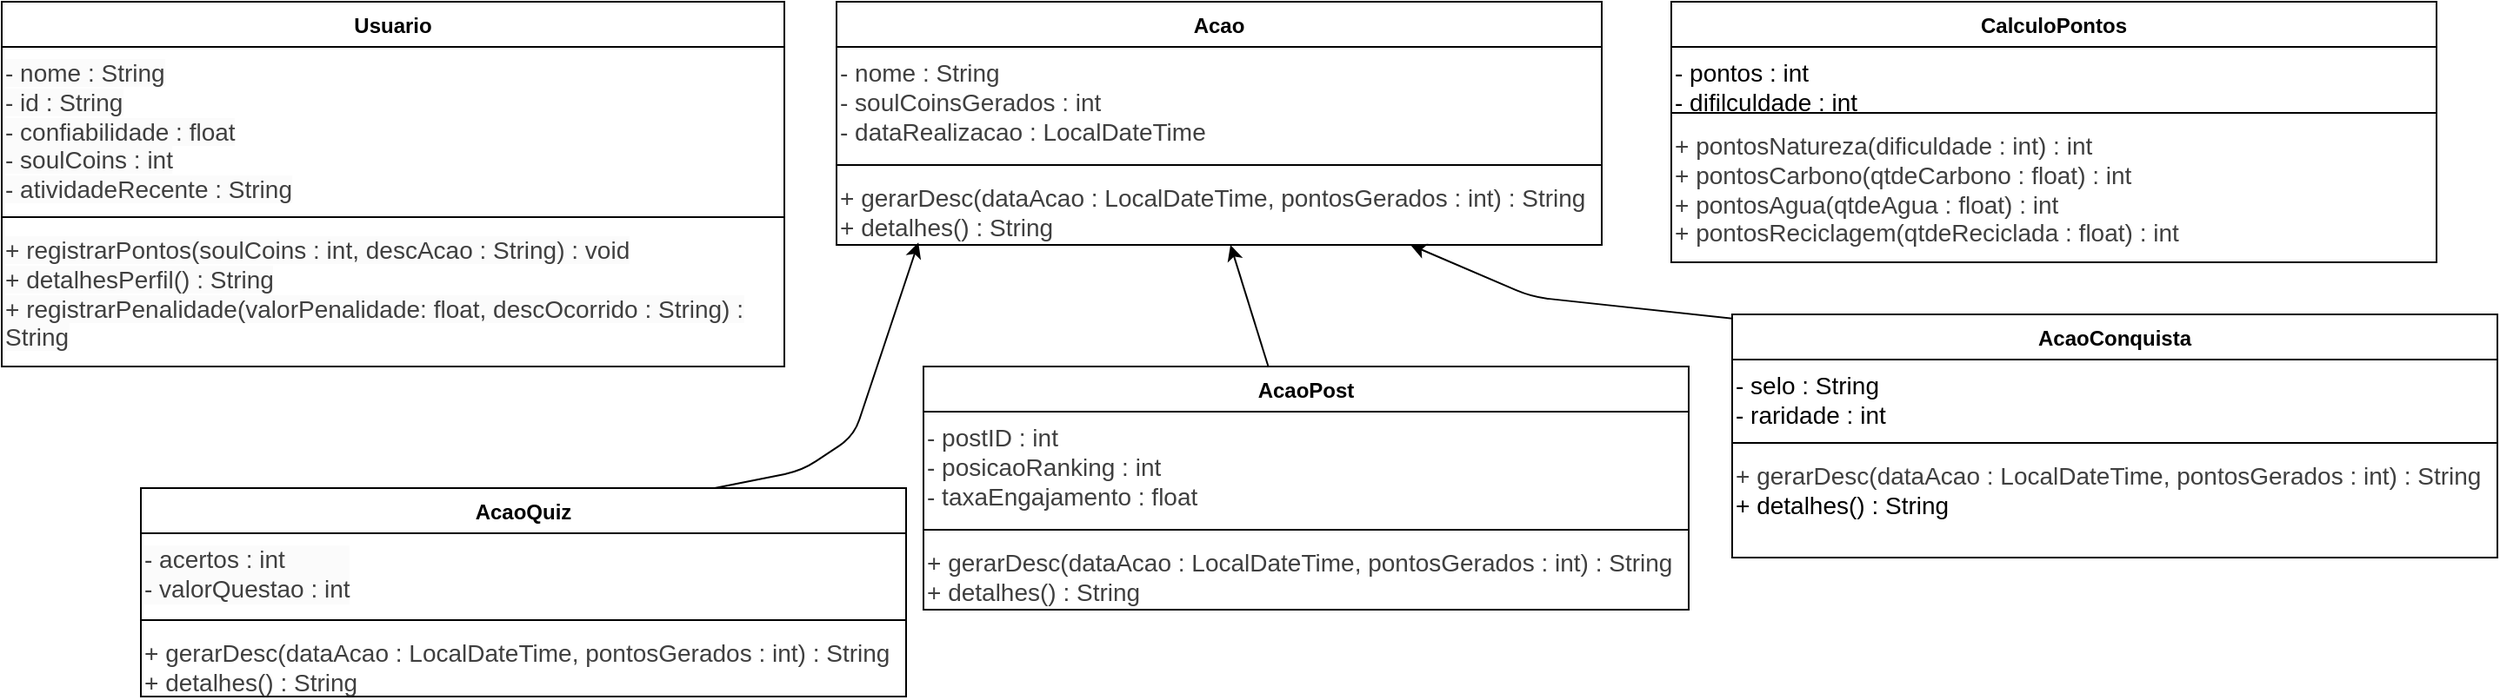
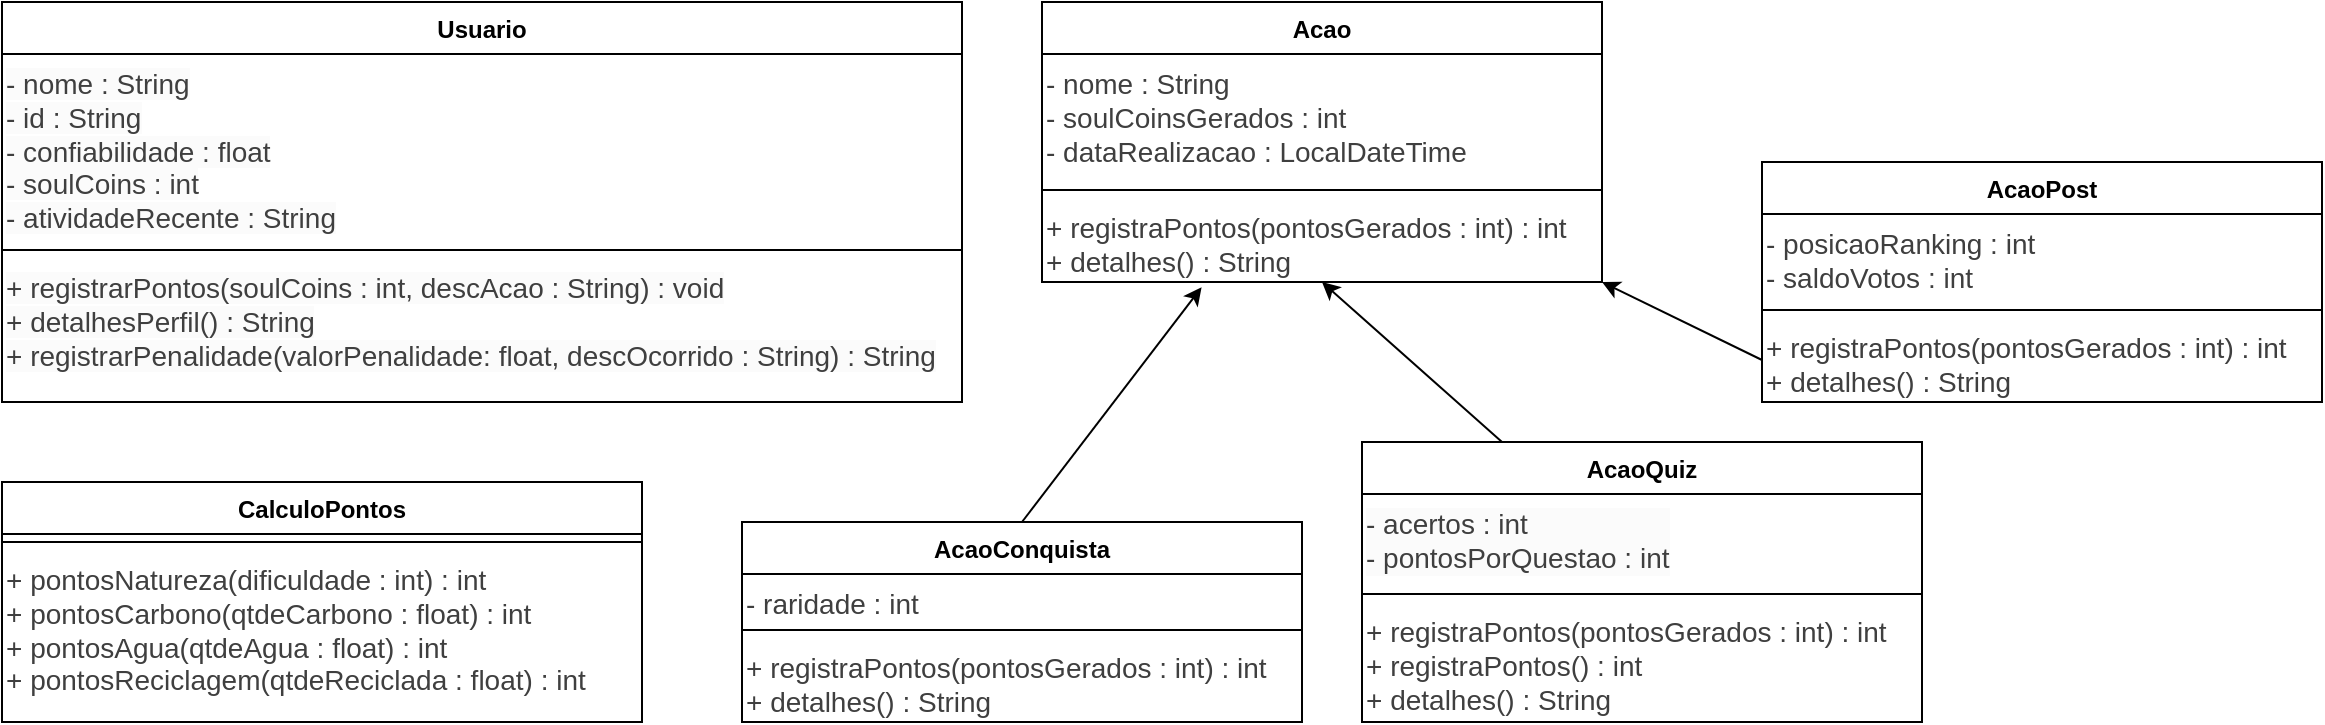
<mxfile host="65bd71144e">
    <diagram name="Diagrama SoulUp" id="soulup-uml">
-         <mxGraphModel dx="318" dy="741" grid="1" gridSize="10" guides="1" tooltips="1" connect="1" arrows="1" fold="1" page="1" pageScale="1" pageWidth="1475" pageHeight="827" math="0" shadow="0">
+         <mxGraphModel dx="310" dy="1320" grid="1" gridSize="10" guides="1" tooltips="1" connect="1" arrows="1" fold="1" page="1" pageScale="1" pageWidth="1240" pageHeight="440" math="0" shadow="0">
            <root>
                <mxCell id="0"/>
                <mxCell id="1" parent="0"/>
                <mxCell id="7" value="Usuario" style="swimlane;fontStyle=1;align=center;verticalAlign=top;childLayout=stackLayout;horizontal=1;startSize=26;horizontalStack=0;resizeParent=1;resizeParentMax=0;resizeLast=0;collapsible=1;marginBottom=0;whiteSpace=wrap;html=1;" parent="1" vertex="1">
-                     <mxGeometry x="40" y="40" width="450" height="210" as="geometry">
+                     <mxGeometry x="40" y="40" width="480" height="200" as="geometry">
                        <mxRectangle x="710" y="370" width="80" height="30" as="alternateBounds"/>
                    </mxGeometry>
                </mxCell>
                <mxCell id="12" value="&lt;span style=&quot;color: rgb(63, 63, 63); font-family: Helvetica; font-size: 14px; font-style: normal; font-variant-ligatures: normal; font-variant-caps: normal; font-weight: 400; letter-spacing: normal; orphans: 2; text-align: -webkit-left; text-indent: 0px; text-transform: none; widows: 2; word-spacing: 0px; -webkit-text-stroke-width: 0px; white-space: normal; background-color: rgb(251, 251, 251); text-decoration-thickness: initial; text-decoration-style: initial; text-decoration-color: initial; float: none; display: inline !important;&quot;&gt;- nome : String&lt;/span&gt;&lt;br style=&quot;forced-color-adjust: none; color: rgb(63, 63, 63); scrollbar-color: rgb(226, 226, 226) rgb(251, 251, 251); font-family: Helvetica; font-size: 14px; font-style: normal; font-variant-ligatures: normal; font-variant-caps: normal; font-weight: 400; letter-spacing: normal; orphans: 2; text-align: -webkit-left; text-indent: 0px; text-transform: none; widows: 2; word-spacing: 0px; -webkit-text-stroke-width: 0px; white-space: normal; background-color: rgb(251, 251, 251); text-decoration-thickness: initial; text-decoration-style: initial; text-decoration-color: initial;&quot;&gt;&lt;span style=&quot;color: rgb(63, 63, 63); font-family: Helvetica; font-size: 14px; font-style: normal; font-variant-ligatures: normal; font-variant-caps: normal; font-weight: 400; letter-spacing: normal; orphans: 2; text-align: -webkit-left; text-indent: 0px; text-transform: none; widows: 2; word-spacing: 0px; -webkit-text-stroke-width: 0px; white-space: normal; background-color: rgb(251, 251, 251); text-decoration-thickness: initial; text-decoration-style: initial; text-decoration-color: initial; float: none; display: inline !important;&quot;&gt;- id : String&lt;/span&gt;&lt;br style=&quot;forced-color-adjust: none; color: rgb(63, 63, 63); scrollbar-color: rgb(226, 226, 226) rgb(251, 251, 251); font-family: Helvetica; font-size: 14px; font-style: normal; font-variant-ligatures: normal; font-variant-caps: normal; font-weight: 400; letter-spacing: normal; orphans: 2; text-align: -webkit-left; text-indent: 0px; text-transform: none; widows: 2; word-spacing: 0px; -webkit-text-stroke-width: 0px; white-space: normal; background-color: rgb(251, 251, 251); text-decoration-thickness: initial; text-decoration-style: initial; text-decoration-color: initial;&quot;&gt;&lt;span style=&quot;color: rgb(63, 63, 63); font-family: Helvetica; font-size: 14px; font-style: normal; font-variant-ligatures: normal; font-variant-caps: normal; font-weight: 400; letter-spacing: normal; orphans: 2; text-align: -webkit-left; text-indent: 0px; text-transform: none; widows: 2; word-spacing: 0px; -webkit-text-stroke-width: 0px; white-space: normal; background-color: rgb(251, 251, 251); text-decoration-thickness: initial; text-decoration-style: initial; text-decoration-color: initial; float: none; display: inline !important;&quot;&gt;- confiabilidade : float&lt;/span&gt;&lt;br style=&quot;forced-color-adjust: none; color: rgb(63, 63, 63); scrollbar-color: rgb(226, 226, 226) rgb(251, 251, 251); font-family: Helvetica; font-size: 14px; font-style: normal; font-variant-ligatures: normal; font-variant-caps: normal; font-weight: 400; letter-spacing: normal; orphans: 2; text-align: -webkit-left; text-indent: 0px; text-transform: none; widows: 2; word-spacing: 0px; -webkit-text-stroke-width: 0px; white-space: normal; background-color: rgb(251, 251, 251); text-decoration-thickness: initial; text-decoration-style: initial; text-decoration-color: initial;&quot;&gt;&lt;span style=&quot;color: rgb(63, 63, 63); font-family: Helvetica; font-size: 14px; font-style: normal; font-variant-ligatures: normal; font-variant-caps: normal; font-weight: 400; letter-spacing: normal; orphans: 2; text-align: -webkit-left; text-indent: 0px; text-transform: none; widows: 2; word-spacing: 0px; -webkit-text-stroke-width: 0px; white-space: normal; background-color: rgb(251, 251, 251); text-decoration-thickness: initial; text-decoration-style: initial; text-decoration-color: initial; float: none; display: inline !important;&quot;&gt;- soulCoins : int&lt;/span&gt;&lt;div&gt;&lt;div&gt;&lt;span style=&quot;color: rgb(63, 63, 63); font-family: Helvetica; font-size: 14px; font-style: normal; font-variant-ligatures: normal; font-variant-caps: normal; font-weight: 400; letter-spacing: normal; orphans: 2; text-align: -webkit-left; text-indent: 0px; text-transform: none; widows: 2; word-spacing: 0px; -webkit-text-stroke-width: 0px; white-space: normal; background-color: rgb(251, 251, 251); text-decoration-thickness: initial; text-decoration-style: initial; text-decoration-color: initial; float: none; display: inline !important;&quot;&gt;- atividadeRecente : String&lt;/span&gt;&lt;br class=&quot;Apple-interchange-newline&quot;&gt;&lt;/div&gt;&lt;/div&gt;" style="text;whiteSpace=wrap;html=1;" parent="7" vertex="1">
-                     <mxGeometry y="26" width="450" height="94" as="geometry"/>
+                     <mxGeometry y="26" width="480" height="94" as="geometry"/>
                </mxCell>
                <mxCell id="9" value="" style="line;strokeWidth=1;fillColor=none;align=left;verticalAlign=middle;spacingTop=-1;spacingLeft=3;spacingRight=3;rotatable=0;labelPosition=right;points=[];portConstraint=eastwest;strokeColor=inherit;" parent="7" vertex="1">
-                     <mxGeometry y="120" width="450" height="8" as="geometry"/>
+                     <mxGeometry y="120" width="480" height="8" as="geometry"/>
                </mxCell>
                <mxCell id="13" value="&lt;span style=&quot;color: rgb(63, 63, 63); font-family: Helvetica; font-size: 14px; font-style: normal; font-variant-ligatures: normal; font-variant-caps: normal; font-weight: 400; letter-spacing: normal; orphans: 2; text-align: -webkit-left; text-indent: 0px; text-transform: none; widows: 2; word-spacing: 0px; -webkit-text-stroke-width: 0px; white-space: normal; background-color: rgb(251, 251, 251); text-decoration-thickness: initial; text-decoration-style: initial; text-decoration-color: initial; float: none; display: inline !important;&quot;&gt;+ registrarPontos(soulCoins : int, descAcao : String) : void&lt;/span&gt;&lt;div&gt;&lt;div&gt;&lt;span style=&quot;color: rgb(63, 63, 63); font-family: Helvetica; font-size: 14px; font-style: normal; font-variant-ligatures: normal; font-variant-caps: normal; font-weight: 400; letter-spacing: normal; orphans: 2; text-align: -webkit-left; text-indent: 0px; text-transform: none; widows: 2; word-spacing: 0px; -webkit-text-stroke-width: 0px; white-space: normal; background-color: rgb(251, 251, 251); text-decoration-thickness: initial; text-decoration-style: initial; text-decoration-color: initial; float: none; display: inline !important;&quot;&gt;+ detalhesPerfil() : String&lt;/span&gt;&lt;/div&gt;&lt;/div&gt;&lt;div&gt;&lt;span style=&quot;color: rgb(63, 63, 63); font-family: Helvetica; font-size: 14px; font-style: normal; font-variant-ligatures: normal; font-variant-caps: normal; font-weight: 400; letter-spacing: normal; orphans: 2; text-align: -webkit-left; text-indent: 0px; text-transform: none; widows: 2; word-spacing: 0px; -webkit-text-stroke-width: 0px; white-space: normal; background-color: rgb(251, 251, 251); text-decoration-thickness: initial; text-decoration-style: initial; text-decoration-color: initial; float: none; display: inline !important;&quot;&gt;+ registrarPenalidade(valorPenalidade: float, descOcorrido : String) : String&lt;/span&gt;&lt;/div&gt;" style="text;whiteSpace=wrap;html=1;" parent="7" vertex="1">
-                     <mxGeometry y="128" width="450" height="82" as="geometry"/>
+                     <mxGeometry y="128" width="480" height="72" as="geometry"/>
                </mxCell>
                <mxCell id="14" value="Acao" style="swimlane;fontStyle=1;align=center;verticalAlign=top;childLayout=stackLayout;horizontal=1;startSize=26;horizontalStack=0;resizeParent=1;resizeParentMax=0;resizeLast=0;collapsible=1;marginBottom=0;whiteSpace=wrap;html=1;" parent="1" vertex="1">
-                     <mxGeometry x="520" y="40" width="440" height="140" as="geometry">
+                     <mxGeometry x="560" y="40" width="280" height="140" as="geometry">
                        <mxRectangle x="520" y="40" width="80" height="30" as="alternateBounds"/>
                    </mxGeometry>
                </mxCell>
                <mxCell id="15" value="&lt;span style=&quot;color: rgb(63, 63, 63); font-size: 14px;&quot;&gt;- nome : String&lt;/span&gt;&lt;br style=&quot;color: rgb(63, 63, 63); scrollbar-color: rgb(226, 226, 226) rgb(251, 251, 251); font-size: 14px;&quot;&gt;&lt;span style=&quot;color: rgb(63, 63, 63); font-size: 14px;&quot;&gt;- soulCoinsGerados : int&lt;/span&gt;&lt;br style=&quot;color: rgb(63, 63, 63); scrollbar-color: rgb(226, 226, 226) rgb(251, 251, 251); font-size: 14px;&quot;&gt;&lt;span style=&quot;color: rgb(63, 63, 63); font-size: 14px;&quot;&gt;- dataRealizacao : LocalDateTime&lt;/span&gt;" style="text;whiteSpace=wrap;html=1;" parent="14" vertex="1">
-                     <mxGeometry y="26" width="440" height="64" as="geometry"/>
+                     <mxGeometry y="26" width="280" height="64" as="geometry"/>
                </mxCell>
                <mxCell id="16" value="" style="line;strokeWidth=1;fillColor=none;align=left;verticalAlign=middle;spacingTop=-1;spacingLeft=3;spacingRight=3;rotatable=0;labelPosition=right;points=[];portConstraint=eastwest;strokeColor=inherit;" parent="14" vertex="1">
-                     <mxGeometry y="90" width="440" height="8" as="geometry"/>
+                     <mxGeometry y="90" width="280" height="8" as="geometry"/>
                </mxCell>
-                 <mxCell id="17" value="&lt;div style=&quot;color: rgb(63, 63, 63); scrollbar-color: rgb(226, 226, 226) rgb(251, 251, 251);&quot;&gt;&lt;span style=&quot;scrollbar-color: rgb(226, 226, 226) rgb(251, 251, 251); font-size: 14px; color: rgb(63, 63, 63);&quot;&gt;+&amp;nbsp;&lt;span style=&quot;scrollbar-color: rgb(226, 226, 226) rgb(251, 251, 251); color: rgb(63, 63, 63);&quot;&gt;gerarDesc&lt;/span&gt;(&lt;/span&gt;&lt;span style=&quot;scrollbar-color: rgb(226, 226, 226) rgb(251, 251, 251); font-size: 14px; color: rgb(63, 63, 63);&quot;&gt;dataAcao :&amp;nbsp;&lt;/span&gt;&lt;span style=&quot;scrollbar-color: rgb(226, 226, 226) rgb(251, 251, 251); font-size: 14px; background-color: transparent; color: rgb(63, 63, 63);&quot;&gt;LocalDateTime&lt;/span&gt;&lt;span style=&quot;scrollbar-color: rgb(226, 226, 226) rgb(251, 251, 251); background-color: transparent; font-size: 14px; color: rgb(63, 63, 63);&quot;&gt;, pontosGerados : int&lt;/span&gt;&lt;span style=&quot;scrollbar-color: rgb(226, 226, 226) rgb(251, 251, 251); background-color: transparent; font-size: 14px; color: rgb(63, 63, 63);&quot;&gt;) : String&lt;/span&gt;&lt;/div&gt;&lt;span style=&quot;color: rgb(63, 63, 63); scrollbar-color: rgb(226, 226, 226) rgb(251, 251, 251); font-size: 14px;&quot;&gt;+ detalhes() : String&lt;/span&gt;" style="text;whiteSpace=wrap;html=1;" parent="14" vertex="1">
-                     <mxGeometry y="98" width="440" height="42" as="geometry"/>
+                 <mxCell id="17" value="&lt;div style=&quot;color: rgb(63, 63, 63); scrollbar-color: rgb(226, 226, 226) rgb(251, 251, 251);&quot;&gt;&lt;span style=&quot;scrollbar-color: rgb(226, 226, 226) rgb(251, 251, 251); font-size: 14px; color: rgb(63, 63, 63);&quot;&gt;+ registra&lt;span style=&quot;scrollbar-color: rgb(226, 226, 226) rgb(251, 251, 251); color: rgb(63, 63, 63);&quot;&gt;Pontos&lt;/span&gt;(&lt;/span&gt;&lt;span style=&quot;scrollbar-color: rgb(226, 226, 226) rgb(251, 251, 251); background-color: transparent; font-size: 14px; color: rgb(63, 63, 63);&quot;&gt;pontosGerados : int&lt;/span&gt;&lt;span style=&quot;scrollbar-color: rgb(226, 226, 226) rgb(251, 251, 251); background-color: transparent; font-size: 14px; color: rgb(63, 63, 63);&quot;&gt;) : int&lt;/span&gt;&lt;/div&gt;&lt;span style=&quot;color: rgb(63, 63, 63); scrollbar-color: rgb(226, 226, 226) rgb(251, 251, 251); font-size: 14px;&quot;&gt;+ detalhes() : String&lt;/span&gt;" style="text;whiteSpace=wrap;html=1;" parent="14" vertex="1">
+                     <mxGeometry y="98" width="280" height="42" as="geometry"/>
                </mxCell>
-                 <mxCell id="22" value="" style="edgeStyle=none;html=1;" parent="1" source="18" target="17" edge="1">
+                 <mxCell id="67" style="edgeStyle=none;html=1;exitX=0;exitY=0.5;exitDx=0;exitDy=0;entryX=1;entryY=1;entryDx=0;entryDy=0;" edge="1" parent="1" source="21" target="17">
                    <mxGeometry relative="1" as="geometry"/>
                </mxCell>
                <mxCell id="18" value="AcaoPost" style="swimlane;fontStyle=1;align=center;verticalAlign=top;childLayout=stackLayout;horizontal=1;startSize=26;horizontalStack=0;resizeParent=1;resizeParentMax=0;resizeLast=0;collapsible=1;marginBottom=0;whiteSpace=wrap;html=1;" parent="1" vertex="1">
-                     <mxGeometry x="570" y="250" width="440" height="140" as="geometry">
+                     <mxGeometry x="920" y="120" width="280" height="120" as="geometry">
                        <mxRectangle x="710" y="370" width="80" height="30" as="alternateBounds"/>
                    </mxGeometry>
                </mxCell>
-                 <mxCell id="19" value="&lt;span style=&quot;color: rgb(63, 63, 63); font-size: 14px;&quot;&gt;- postID : int&lt;/span&gt;&lt;br style=&quot;color: rgb(63, 63, 63); scrollbar-color: rgb(226, 226, 226) rgb(251, 251, 251); font-size: 14px;&quot;&gt;&lt;span style=&quot;color: rgb(63, 63, 63); font-size: 14px;&quot;&gt;- posicaoRanking : int&lt;/span&gt;&lt;br style=&quot;color: rgb(63, 63, 63); scrollbar-color: rgb(226, 226, 226) rgb(251, 251, 251); font-size: 14px;&quot;&gt;&lt;span style=&quot;color: rgb(63, 63, 63); font-size: 14px;&quot;&gt;- taxaEngajamento : float&lt;/span&gt;&lt;div&gt;&lt;span style=&quot;color: rgb(63, 63, 63); font-size: 14px;&quot;&gt;&lt;br&gt;&lt;/span&gt;&lt;/div&gt;" style="text;whiteSpace=wrap;html=1;" parent="18" vertex="1">
-                     <mxGeometry y="26" width="440" height="64" as="geometry"/>
+                 <mxCell id="19" value="&lt;span style=&quot;color: rgb(63, 63, 63); font-size: 14px;&quot;&gt;- posicaoRanking : int&lt;/span&gt;&lt;br style=&quot;color: rgb(63, 63, 63); scrollbar-color: rgb(226, 226, 226) rgb(251, 251, 251); font-size: 14px;&quot;&gt;&lt;span style=&quot;color: rgb(63, 63, 63); font-size: 14px;&quot;&gt;- saldoVotos : int&lt;/span&gt;&lt;div&gt;&lt;span style=&quot;color: rgb(63, 63, 63); font-size: 14px;&quot;&gt;&lt;br&gt;&lt;/span&gt;&lt;/div&gt;" style="text;whiteSpace=wrap;html=1;" parent="18" vertex="1">
+                     <mxGeometry y="26" width="280" height="44" as="geometry"/>
                </mxCell>
                <mxCell id="20" value="" style="line;strokeWidth=1;fillColor=none;align=left;verticalAlign=middle;spacingTop=-1;spacingLeft=3;spacingRight=3;rotatable=0;labelPosition=right;points=[];portConstraint=eastwest;strokeColor=inherit;" parent="18" vertex="1">
-                     <mxGeometry y="90" width="440" height="8" as="geometry"/>
+                     <mxGeometry y="70" width="280" height="8" as="geometry"/>
                </mxCell>
-                 <mxCell id="21" value="&lt;div style=&quot;color: rgb(63, 63, 63); scrollbar-color: rgb(226, 226, 226) rgb(251, 251, 251);&quot;&gt;&lt;span style=&quot;scrollbar-color: rgb(226, 226, 226) rgb(251, 251, 251); font-size: 14px; color: rgb(63, 63, 63);&quot;&gt;+&amp;nbsp;&lt;span style=&quot;scrollbar-color: rgb(226, 226, 226) rgb(251, 251, 251); color: rgb(63, 63, 63);&quot;&gt;gerarDesc&lt;/span&gt;(&lt;/span&gt;&lt;span style=&quot;scrollbar-color: rgb(226, 226, 226) rgb(251, 251, 251); font-size: 14px; color: rgb(63, 63, 63);&quot;&gt;dataAcao :&amp;nbsp;&lt;/span&gt;&lt;span style=&quot;scrollbar-color: rgb(226, 226, 226) rgb(251, 251, 251); font-size: 14px; background-color: transparent; color: rgb(63, 63, 63);&quot;&gt;LocalDateTime&lt;/span&gt;&lt;span style=&quot;scrollbar-color: rgb(226, 226, 226) rgb(251, 251, 251); background-color: transparent; font-size: 14px; color: rgb(63, 63, 63);&quot;&gt;, pontosGerados : int&lt;/span&gt;&lt;span style=&quot;scrollbar-color: rgb(226, 226, 226) rgb(251, 251, 251); background-color: transparent; font-size: 14px; color: rgb(63, 63, 63);&quot;&gt;) : String&lt;/span&gt;&lt;/div&gt;&lt;span style=&quot;color: rgb(63, 63, 63); scrollbar-color: rgb(226, 226, 226) rgb(251, 251, 251); font-size: 14px;&quot;&gt;+ detalhes() : String&lt;/span&gt;" style="text;whiteSpace=wrap;html=1;" parent="18" vertex="1">
-                     <mxGeometry y="98" width="440" height="42" as="geometry"/>
+                 <mxCell id="21" value="&lt;div style=&quot;color: rgb(63, 63, 63); scrollbar-color: rgb(226, 226, 226) rgb(251, 251, 251);&quot;&gt;&lt;div style=&quot;scrollbar-color: rgb(226, 226, 226) rgb(251, 251, 251); color: rgb(63, 63, 63);&quot;&gt;&lt;div style=&quot;scrollbar-color: rgb(226, 226, 226) rgb(251, 251, 251); color: rgb(63, 63, 63);&quot;&gt;&lt;span style=&quot;scrollbar-color: rgb(226, 226, 226) rgb(251, 251, 251); font-size: 14px; color: rgb(63, 63, 63);&quot;&gt;+ registra&lt;span style=&quot;scrollbar-color: rgb(226, 226, 226) rgb(251, 251, 251); color: rgb(63, 63, 63);&quot;&gt;Pontos&lt;/span&gt;(&lt;/span&gt;&lt;span style=&quot;scrollbar-color: rgb(226, 226, 226) rgb(251, 251, 251); background-color: transparent; font-size: 14px; color: rgb(63, 63, 63);&quot;&gt;pontosGerados : int&lt;/span&gt;&lt;span style=&quot;scrollbar-color: rgb(226, 226, 226) rgb(251, 251, 251); background-color: transparent; font-size: 14px; color: rgb(63, 63, 63);&quot;&gt;) : int&lt;/span&gt;&lt;/div&gt;&lt;span style=&quot;scrollbar-color: rgb(226, 226, 226) rgb(251, 251, 251); font-size: 14px; color: rgb(63, 63, 63);&quot;&gt;+ detalhes() : String&lt;/span&gt;&lt;/div&gt;&lt;/div&gt;" style="text;whiteSpace=wrap;html=1;" parent="18" vertex="1">
+                     <mxGeometry y="78" width="280" height="42" as="geometry"/>
                </mxCell>
-                 <mxCell id="42" value="" style="edgeStyle=none;html=1;exitX=0.48;exitY=0.036;exitDx=0;exitDy=0;exitPerimeter=0;entryX=0.75;entryY=1;entryDx=0;entryDy=0;" parent="1" source="32" target="17" edge="1">
-                     <mxGeometry relative="1" as="geometry">
-                         <mxPoint x="760" y="240" as="targetPoint"/>
-                         <Array as="points">
-                             <mxPoint x="1200" y="240"/>
-                             <mxPoint x="920" y="210"/>
-                         </Array>
-                     </mxGeometry>
+                 <mxCell id="65" style="edgeStyle=none;html=1;exitX=0.5;exitY=0;exitDx=0;exitDy=0;entryX=0.285;entryY=1.063;entryDx=0;entryDy=0;entryPerimeter=0;" edge="1" parent="1" source="32" target="17">
+                     <mxGeometry relative="1" as="geometry"/>
                </mxCell>
                <mxCell id="32" value="AcaoConquista" style="swimlane;fontStyle=1;align=center;verticalAlign=top;childLayout=stackLayout;horizontal=1;startSize=26;horizontalStack=0;resizeParent=1;resizeParentMax=0;resizeLast=0;collapsible=1;marginBottom=0;whiteSpace=wrap;html=1;" parent="1" vertex="1">
-                     <mxGeometry x="1035" y="220" width="440" height="140" as="geometry">
+                     <mxGeometry x="410" y="300" width="280" height="100" as="geometry">
                        <mxRectangle x="710" y="370" width="80" height="30" as="alternateBounds"/>
                    </mxGeometry>
                </mxCell>
-                 <mxCell id="33" value="&lt;div&gt;&lt;span style=&quot;font-size: 14px;&quot;&gt;- selo : String&lt;/span&gt;&lt;/div&gt;&lt;div&gt;&lt;span style=&quot;font-size: 14px;&quot;&gt;- raridade : int&lt;/span&gt;&lt;/div&gt;" style="text;whiteSpace=wrap;html=1;" parent="32" vertex="1">
-                     <mxGeometry y="26" width="440" height="44" as="geometry"/>
+                 <mxCell id="33" value="&lt;div&gt;&lt;span style=&quot;color: rgb(63, 63, 63); font-size: 14px; background-color: transparent;&quot;&gt;- raridade : int&lt;/span&gt;&lt;/div&gt;" style="text;whiteSpace=wrap;html=1;" parent="32" vertex="1">
+                     <mxGeometry y="26" width="280" height="24" as="geometry"/>
                </mxCell>
                <mxCell id="34" value="" style="line;strokeWidth=1;fillColor=none;align=left;verticalAlign=middle;spacingTop=-1;spacingLeft=3;spacingRight=3;rotatable=0;labelPosition=right;points=[];portConstraint=eastwest;strokeColor=inherit;" parent="32" vertex="1">
-                     <mxGeometry y="70" width="440" height="8" as="geometry"/>
+                     <mxGeometry y="50" width="280" height="8" as="geometry"/>
                </mxCell>
-                 <mxCell id="35" value="&lt;div&gt;&lt;span style=&quot;color: rgb(63, 63, 63); font-size: 14px;&quot;&gt;+&amp;nbsp;&lt;span style=&quot;color: rgb(63, 63, 63);&quot;&gt;gerarDesc&lt;/span&gt;(&lt;/span&gt;&lt;span style=&quot;scrollbar-color: rgb(226, 226, 226) rgb(251, 251, 251); font-size: 14px; color: rgb(63, 63, 63);&quot;&gt;dataAcao :&amp;nbsp;&lt;/span&gt;&lt;span style=&quot;color: rgb(63, 63, 63); font-size: 14px; background-color: transparent;&quot;&gt;LocalDateTime&lt;/span&gt;&lt;span style=&quot;background-color: transparent; scrollbar-color: rgb(226, 226, 226) rgb(251, 251, 251); font-size: 14px; color: rgb(63, 63, 63);&quot;&gt;, pontosGerados : int&lt;/span&gt;&lt;span style=&quot;background-color: transparent; font-size: 14px; color: rgb(63, 63, 63);&quot;&gt;) : String&lt;/span&gt;&lt;/div&gt;&lt;span style=&quot;font-size: 14px;&quot;&gt;+ detalhes() : String&lt;/span&gt;" style="text;whiteSpace=wrap;html=1;" parent="32" vertex="1">
-                     <mxGeometry y="78" width="440" height="62" as="geometry"/>
+                 <mxCell id="35" value="&lt;div style=&quot;scrollbar-color: rgb(226, 226, 226) rgb(251, 251, 251); color: rgb(63, 63, 63);&quot;&gt;&lt;div style=&quot;scrollbar-color: rgb(226, 226, 226) rgb(251, 251, 251); color: rgb(63, 63, 63);&quot;&gt;&lt;span style=&quot;scrollbar-color: rgb(226, 226, 226) rgb(251, 251, 251); font-size: 14px; color: rgb(63, 63, 63);&quot;&gt;+ registra&lt;span style=&quot;scrollbar-color: rgb(226, 226, 226) rgb(251, 251, 251); color: rgb(63, 63, 63);&quot;&gt;Pontos&lt;/span&gt;(&lt;/span&gt;&lt;span style=&quot;scrollbar-color: rgb(226, 226, 226) rgb(251, 251, 251); background-color: transparent; font-size: 14px; color: rgb(63, 63, 63);&quot;&gt;pontosGerados : int&lt;/span&gt;&lt;span style=&quot;scrollbar-color: rgb(226, 226, 226) rgb(251, 251, 251); background-color: transparent; font-size: 14px; color: rgb(63, 63, 63);&quot;&gt;) : int&lt;/span&gt;&lt;/div&gt;&lt;span style=&quot;scrollbar-color: rgb(226, 226, 226) rgb(251, 251, 251); font-size: 14px; color: rgb(63, 63, 63);&quot;&gt;+ detalhes() : String&lt;/span&gt;&lt;/div&gt;" style="text;whiteSpace=wrap;html=1;" parent="32" vertex="1">
+                     <mxGeometry y="58" width="280" height="42" as="geometry"/>
                </mxCell>
-                 <mxCell id="47" style="edgeStyle=none;html=1;exitX=0.75;exitY=0;exitDx=0;exitDy=0;entryX=0.107;entryY=0.966;entryDx=0;entryDy=0;entryPerimeter=0;" parent="1" source="43" target="17" edge="1">
-                     <mxGeometry relative="1" as="geometry">
-                         <Array as="points">
-                             <mxPoint x="500" y="310"/>
-                             <mxPoint x="530" y="290"/>
-                         </Array>
-                     </mxGeometry>
+                 <mxCell id="64" style="edgeStyle=none;html=1;exitX=0.25;exitY=0;exitDx=0;exitDy=0;entryX=0.5;entryY=1;entryDx=0;entryDy=0;" edge="1" parent="1" source="43" target="17">
+                     <mxGeometry relative="1" as="geometry"/>
                </mxCell>
                <mxCell id="43" value="AcaoQuiz" style="swimlane;fontStyle=1;align=center;verticalAlign=top;childLayout=stackLayout;horizontal=1;startSize=26;horizontalStack=0;resizeParent=1;resizeParentMax=0;resizeLast=0;collapsible=1;marginBottom=0;whiteSpace=wrap;html=1;" parent="1" vertex="1">
-                     <mxGeometry x="120" y="320" width="440" height="120" as="geometry">
+                     <mxGeometry x="720" y="260" width="280" height="140" as="geometry">
                        <mxRectangle x="710" y="370" width="80" height="30" as="alternateBounds"/>
                    </mxGeometry>
                </mxCell>
-                 <mxCell id="48" value="&lt;div style=&quot;forced-color-adjust: none; color: rgb(63, 63, 63); scrollbar-color: rgb(226, 226, 226) rgb(251, 251, 251); font-family: Helvetica; font-style: normal; font-variant-ligatures: normal; font-variant-caps: normal; font-weight: 400; letter-spacing: normal; orphans: 2; text-align: left; text-indent: 0px; text-transform: none; widows: 2; word-spacing: 0px; -webkit-text-stroke-width: 0px; white-space: normal; background-color: rgb(251, 251, 251); text-decoration-thickness: initial; text-decoration-style: initial; text-decoration-color: initial;&quot;&gt;&lt;span style=&quot;font-size: 14px;&quot;&gt;- acertos : int&lt;/span&gt;&lt;/div&gt;&lt;div style=&quot;forced-color-adjust: none; color: rgb(63, 63, 63); scrollbar-color: rgb(226, 226, 226) rgb(251, 251, 251); font-family: Helvetica; font-style: normal; font-variant-ligatures: normal; font-variant-caps: normal; font-weight: 400; letter-spacing: normal; orphans: 2; text-align: left; text-indent: 0px; text-transform: none; widows: 2; word-spacing: 0px; -webkit-text-stroke-width: 0px; white-space: normal; background-color: rgb(251, 251, 251); text-decoration-thickness: initial; text-decoration-style: initial; text-decoration-color: initial;&quot;&gt;&lt;span style=&quot;font-size: 14px;&quot;&gt;- valorQuestao : int&lt;/span&gt;&lt;/div&gt;" style="text;whiteSpace=wrap;html=1;" parent="43" vertex="1">
-                     <mxGeometry y="26" width="440" height="46" as="geometry"/>
+                 <mxCell id="48" value="&lt;div style=&quot;forced-color-adjust: none; color: rgb(63, 63, 63); scrollbar-color: rgb(226, 226, 226) rgb(251, 251, 251); font-family: Helvetica; font-style: normal; font-variant-ligatures: normal; font-variant-caps: normal; font-weight: 400; letter-spacing: normal; orphans: 2; text-align: left; text-indent: 0px; text-transform: none; widows: 2; word-spacing: 0px; -webkit-text-stroke-width: 0px; white-space: normal; background-color: rgb(251, 251, 251); text-decoration-thickness: initial; text-decoration-style: initial; text-decoration-color: initial;&quot;&gt;&lt;span style=&quot;font-size: 14px;&quot;&gt;- acertos : int&lt;/span&gt;&lt;/div&gt;&lt;div style=&quot;forced-color-adjust: none; color: rgb(63, 63, 63); scrollbar-color: rgb(226, 226, 226) rgb(251, 251, 251); font-family: Helvetica; font-style: normal; font-variant-ligatures: normal; font-variant-caps: normal; font-weight: 400; letter-spacing: normal; orphans: 2; text-align: left; text-indent: 0px; text-transform: none; widows: 2; word-spacing: 0px; -webkit-text-stroke-width: 0px; white-space: normal; background-color: rgb(251, 251, 251); text-decoration-thickness: initial; text-decoration-style: initial; text-decoration-color: initial;&quot;&gt;&lt;span style=&quot;font-size: 14px;&quot;&gt;- pontosPorQuestao : int&lt;/span&gt;&lt;/div&gt;" style="text;whiteSpace=wrap;html=1;" parent="43" vertex="1">
+                     <mxGeometry y="26" width="280" height="46" as="geometry"/>
                </mxCell>
                <mxCell id="45" value="" style="line;strokeWidth=1;fillColor=none;align=left;verticalAlign=middle;spacingTop=-1;spacingLeft=3;spacingRight=3;rotatable=0;labelPosition=right;points=[];portConstraint=eastwest;strokeColor=inherit;" parent="43" vertex="1">
-                     <mxGeometry y="72" width="440" height="8" as="geometry"/>
+                     <mxGeometry y="72" width="280" height="8" as="geometry"/>
                </mxCell>
-                 <mxCell id="46" value="&lt;div style=&quot;color: rgb(63, 63, 63); scrollbar-color: rgb(226, 226, 226) rgb(251, 251, 251);&quot;&gt;&lt;span style=&quot;scrollbar-color: rgb(226, 226, 226) rgb(251, 251, 251); font-size: 14px; color: rgb(63, 63, 63);&quot;&gt;+&amp;nbsp;&lt;span style=&quot;scrollbar-color: rgb(226, 226, 226) rgb(251, 251, 251); color: rgb(63, 63, 63);&quot;&gt;gerarDesc&lt;/span&gt;(&lt;/span&gt;&lt;span style=&quot;scrollbar-color: rgb(226, 226, 226) rgb(251, 251, 251); font-size: 14px; color: rgb(63, 63, 63);&quot;&gt;dataAcao :&amp;nbsp;&lt;/span&gt;&lt;span style=&quot;scrollbar-color: rgb(226, 226, 226) rgb(251, 251, 251); font-size: 14px; background-color: transparent; color: rgb(63, 63, 63);&quot;&gt;LocalDateTime&lt;/span&gt;&lt;span style=&quot;scrollbar-color: rgb(226, 226, 226) rgb(251, 251, 251); background-color: transparent; font-size: 14px; color: rgb(63, 63, 63);&quot;&gt;, pontosGerados : int&lt;/span&gt;&lt;span style=&quot;scrollbar-color: rgb(226, 226, 226) rgb(251, 251, 251); background-color: transparent; font-size: 14px; color: rgb(63, 63, 63);&quot;&gt;) : String&lt;/span&gt;&lt;/div&gt;&lt;span style=&quot;color: rgb(63, 63, 63); scrollbar-color: rgb(226, 226, 226) rgb(251, 251, 251); font-size: 14px;&quot;&gt;+ detalhes() : String&lt;/span&gt;" style="text;whiteSpace=wrap;html=1;" parent="43" vertex="1">
-                     <mxGeometry y="80" width="440" height="40" as="geometry"/>
+                 <mxCell id="46" value="&lt;div style=&quot;color: rgb(63, 63, 63); scrollbar-color: rgb(226, 226, 226) rgb(251, 251, 251);&quot;&gt;&lt;div style=&quot;scrollbar-color: rgb(226, 226, 226) rgb(251, 251, 251); color: rgb(63, 63, 63);&quot;&gt;&lt;span style=&quot;scrollbar-color: rgb(226, 226, 226) rgb(251, 251, 251); font-size: 14px; color: rgb(63, 63, 63);&quot;&gt;+ registra&lt;span style=&quot;scrollbar-color: rgb(226, 226, 226) rgb(251, 251, 251); color: rgb(63, 63, 63);&quot;&gt;Pontos&lt;/span&gt;(&lt;/span&gt;&lt;span style=&quot;scrollbar-color: rgb(226, 226, 226) rgb(251, 251, 251); background-color: transparent; font-size: 14px; color: rgb(63, 63, 63);&quot;&gt;pontosGerados : int&lt;/span&gt;&lt;span style=&quot;scrollbar-color: rgb(226, 226, 226) rgb(251, 251, 251); background-color: transparent; font-size: 14px; color: rgb(63, 63, 63);&quot;&gt;) : int&lt;/span&gt;&lt;/div&gt;&lt;div style=&quot;scrollbar-color: rgb(226, 226, 226) rgb(251, 251, 251); color: rgb(63, 63, 63);&quot;&gt;&lt;span style=&quot;scrollbar-color: rgb(226, 226, 226) rgb(251, 251, 251); background-color: transparent; font-size: 14px; color: rgb(63, 63, 63);&quot;&gt;+ registraPontos() : int&lt;/span&gt;&lt;/div&gt;&lt;span style=&quot;scrollbar-color: rgb(226, 226, 226) rgb(251, 251, 251); font-size: 14px; color: rgb(63, 63, 63);&quot;&gt;+ detalhes() : String&lt;/span&gt;&lt;/div&gt;" style="text;whiteSpace=wrap;html=1;" parent="43" vertex="1">
+                     <mxGeometry y="80" width="280" height="60" as="geometry"/>
                </mxCell>
                <mxCell id="53" value="CalculoPontos" style="swimlane;fontStyle=1;align=center;verticalAlign=top;childLayout=stackLayout;horizontal=1;startSize=26;horizontalStack=0;resizeParent=1;resizeParentMax=0;resizeLast=0;collapsible=1;marginBottom=0;whiteSpace=wrap;html=1;" parent="1" vertex="1">
-                     <mxGeometry x="1000" y="40" width="440" height="150" as="geometry">
+                     <mxGeometry x="40" y="280" width="320" height="120" as="geometry">
                        <mxRectangle x="1000" y="40" width="140" height="30" as="alternateBounds"/>
                    </mxGeometry>
                </mxCell>
-                 <mxCell id="54" value="&lt;div&gt;&lt;span style=&quot;font-size: 14px;&quot;&gt;- pontos : int&lt;/span&gt;&lt;/div&gt;&lt;div&gt;&lt;span style=&quot;font-size: 14px;&quot;&gt;- difilculdade : int&lt;/span&gt;&lt;/div&gt;" style="text;whiteSpace=wrap;html=1;" parent="53" vertex="1">
-                     <mxGeometry y="26" width="440" height="34" as="geometry"/>
-                 </mxCell>
                <mxCell id="55" value="" style="line;strokeWidth=1;fillColor=none;align=left;verticalAlign=middle;spacingTop=-1;spacingLeft=3;spacingRight=3;rotatable=0;labelPosition=right;points=[];portConstraint=eastwest;strokeColor=inherit;" parent="53" vertex="1">
-                     <mxGeometry y="60" width="440" height="8" as="geometry"/>
+                     <mxGeometry y="26" width="320" height="8" as="geometry"/>
                </mxCell>
                <mxCell id="56" value="&lt;div style=&quot;color: rgb(63, 63, 63); scrollbar-color: rgb(226, 226, 226) rgb(251, 251, 251);&quot;&gt;&lt;span style=&quot;scrollbar-color: rgb(226, 226, 226) rgb(251, 251, 251); font-size: 14px; color: rgb(63, 63, 63);&quot;&gt;+ pontosNatureza(&lt;span style=&quot;scrollbar-color: rgb(226, 226, 226) rgb(251, 251, 251); color: rgb(63, 63, 63);&quot;&gt;dificuldade : int&lt;/span&gt;) :&amp;nbsp;&lt;/span&gt;&lt;span style=&quot;color: rgb(63, 63, 63); font-size: 14px;&quot;&gt;int&lt;/span&gt;&lt;br style=&quot;scrollbar-color: rgb(226, 226, 226) rgb(251, 251, 251); font-size: 14px; color: rgb(63, 63, 63);&quot;&gt;&lt;span style=&quot;scrollbar-color: rgb(226, 226, 226) rgb(251, 251, 251); font-size: 14px; color: rgb(63, 63, 63);&quot;&gt;+ pontosCarbono(&lt;span style=&quot;color: rgb(63, 63, 63);&quot;&gt;qtdeCarbono : float&lt;/span&gt;) :&amp;nbsp;&lt;/span&gt;&lt;span style=&quot;color: rgb(63, 63, 63); font-size: 14px;&quot;&gt;int&lt;/span&gt;&lt;br style=&quot;scrollbar-color: rgb(226, 226, 226) rgb(251, 251, 251); font-size: 14px; color: rgb(63, 63, 63);&quot;&gt;&lt;span style=&quot;scrollbar-color: rgb(226, 226, 226) rgb(251, 251, 251); font-size: 14px; color: rgb(63, 63, 63);&quot;&gt;+ pontosAgua(&lt;span style=&quot;color: rgb(63, 63, 63);&quot;&gt;qtdeAgua : float&lt;/span&gt;) :&amp;nbsp;&lt;/span&gt;&lt;span style=&quot;color: rgb(63, 63, 63); font-size: 14px;&quot;&gt;int&lt;/span&gt;&lt;div style=&quot;scrollbar-color: rgb(226, 226, 226) rgb(251, 251, 251); color: rgb(63, 63, 63);&quot;&gt;&lt;font style=&quot;scrollbar-color: rgb(226, 226, 226) rgb(251, 251, 251); font-size: 14px; color: rgb(63, 63, 63);&quot;&gt;+ pontosReciclagem(&lt;span style=&quot;color: rgb(63, 63, 63);&quot;&gt;qtdeReciclada : float&lt;/span&gt;) : int&lt;/font&gt;&lt;/div&gt;&lt;/div&gt;" style="text;whiteSpace=wrap;html=1;" parent="53" vertex="1">
-                     <mxGeometry y="68" width="440" height="82" as="geometry"/>
+                     <mxGeometry y="34" width="320" height="86" as="geometry"/>
                </mxCell>
            </root>
        </mxGraphModel>
    </diagram>
</mxfile>